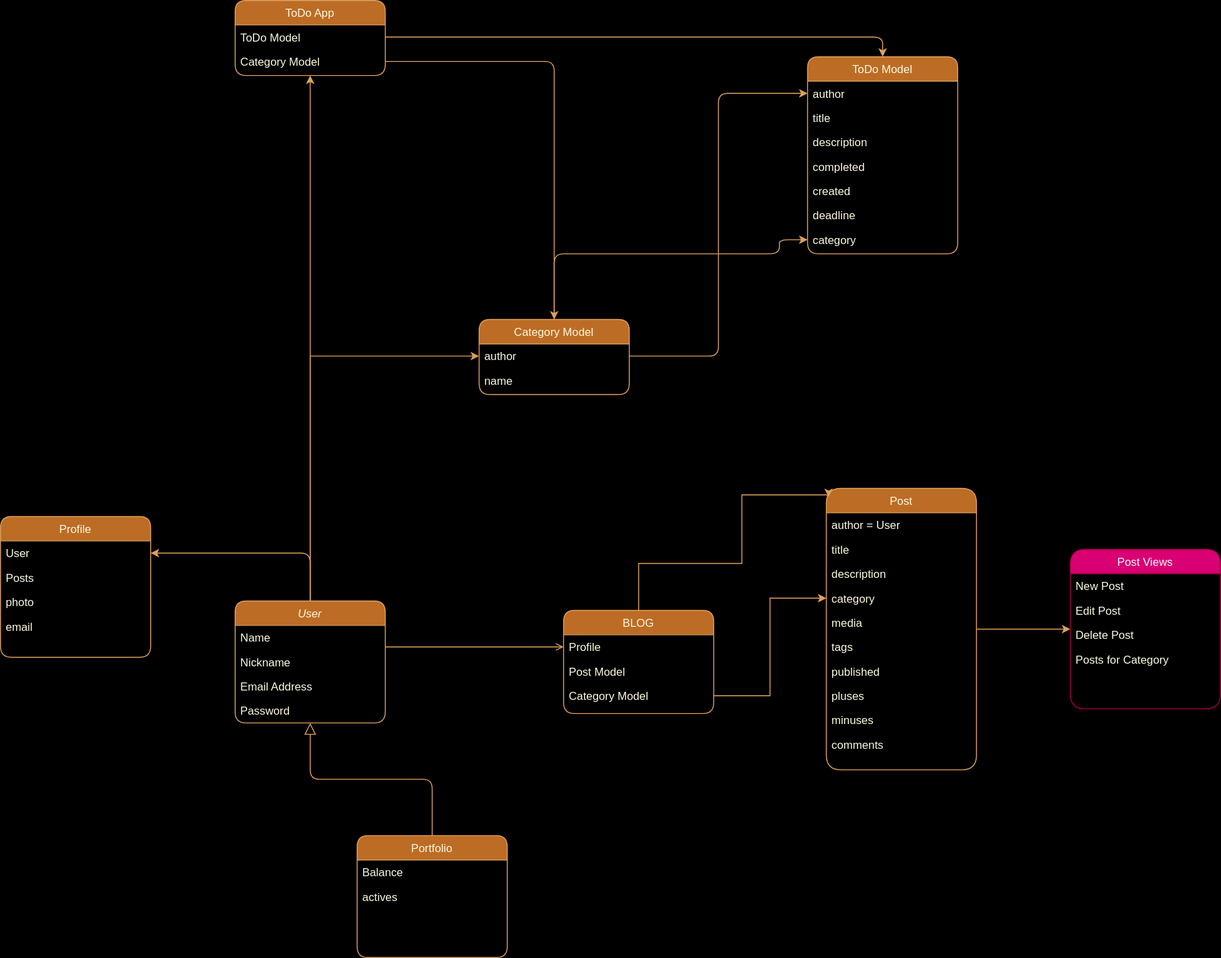
Before: KTP/KTP_Blog.drawio.svg, a diagram exported from draw.io (NikolaiNikitenok/KnowThePrice). Source tidied: cells renumbered, new cells last; positions are measured from the earlier drawing's top-left corner, leaving out a move shared by most shapes.
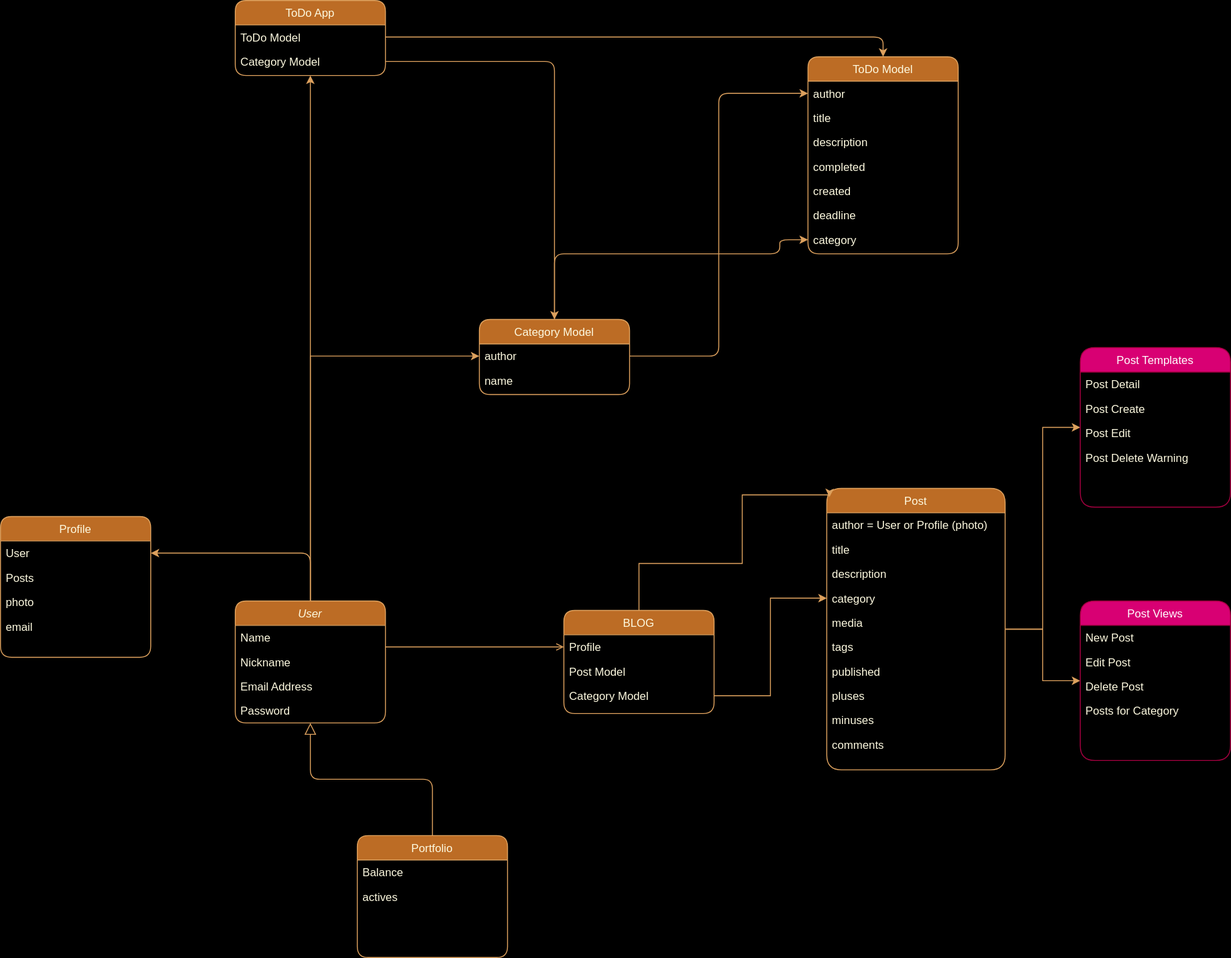
After the commit.

Change to the diagram source:
```diff
@@ -58,38 +58,41 @@
     <mxCell id="19" style="edgeStyle=orthogonalEdgeStyle;rounded=0;jettySize=auto;html=1;strokeColor=#DDA15E;fontColor=#FEFAE0;fillColor=#BC6C25;" parent="1" edge="1" source="20" target="55">
       <mxGeometry relative="1" as="geometry" />
     </mxCell>
+    <mxCell id="61" style="edgeStyle=orthogonalEdgeStyle;rounded=0;jettySize=auto;html=1;strokeColor=#DDA15E;fontColor=#FEFAE0;fillColor=#BC6C25;" parent="1" edge="1" source="20" target="62">
+      <mxGeometry relative="1" as="geometry" />
+    </mxCell>
     <mxCell id="20" value="Post" style="swimlane;fontStyle=0;align=center;verticalAlign=top;horizontal=1;startSize=26;rounded=1;shadow=0;strokeWidth=1;arcSize=20;labelBackgroundColor=none;fillColor=#BC6C25;strokeColor=#DDA15E;fontColor=#FEFAE0;glass=0;" parent="1" vertex="1">
-      <mxGeometry x="880" y="520" width="160" height="300" as="geometry" />
+      <mxGeometry x="880" y="520" width="190" height="300" as="geometry" />
     </mxCell>
-    <mxCell id="21" value="author = User" style="text;align=left;verticalAlign=top;spacingLeft=4;spacingRight=4;overflow=hidden;rounded=1;labelBackgroundColor=none;fontColor=#FEFAE0;" parent="20" vertex="1">
-      <mxGeometry y="26" width="160" height="26" as="geometry" />
+    <mxCell id="21" value="author = User or Profile (photo)" style="text;align=left;verticalAlign=top;spacingLeft=4;spacingRight=4;overflow=hidden;rounded=1;labelBackgroundColor=none;fontColor=#FEFAE0;" parent="20" vertex="1">
+      <mxGeometry y="26" width="190" height="26" as="geometry" />
     </mxCell>
     <mxCell id="22" value="title" style="text;align=left;verticalAlign=top;spacingLeft=4;spacingRight=4;overflow=hidden;rounded=1;shadow=0;html=0;labelBackgroundColor=none;fontColor=#FEFAE0;" parent="20" vertex="1">
-      <mxGeometry y="52" width="160" height="26" as="geometry" />
+      <mxGeometry y="52" width="190" height="26" as="geometry" />
     </mxCell>
     <mxCell id="23" value="description" style="text;align=left;verticalAlign=top;spacingLeft=4;spacingRight=4;overflow=hidden;rounded=1;shadow=0;html=0;labelBackgroundColor=none;fontColor=#FEFAE0;" parent="20" vertex="1">
-      <mxGeometry y="78" width="160" height="26" as="geometry" />
+      <mxGeometry y="78" width="190" height="26" as="geometry" />
     </mxCell>
     <mxCell id="24" value="category" style="text;align=left;verticalAlign=top;spacingLeft=4;spacingRight=4;overflow=hidden;points=[[0,0.5],[1,0.5]];portConstraint=eastwest;rounded=1;shadow=0;html=0;labelBackgroundColor=none;fontColor=#FEFAE0;" parent="20" vertex="1">
-      <mxGeometry y="104" width="160" height="26" as="geometry" />
+      <mxGeometry y="104" width="190" height="26" as="geometry" />
     </mxCell>
     <mxCell id="25" value="media" style="text;align=left;verticalAlign=top;spacingLeft=4;spacingRight=4;overflow=hidden;rounded=1;shadow=0;html=0;labelBackgroundColor=none;fontColor=#FEFAE0;" parent="20" vertex="1">
-      <mxGeometry y="130" width="160" height="26" as="geometry" />
+      <mxGeometry y="130" width="190" height="26" as="geometry" />
     </mxCell>
     <mxCell id="26" value="tags" style="text;align=left;verticalAlign=top;spacingLeft=4;spacingRight=4;overflow=hidden;rounded=1;shadow=0;html=0;labelBackgroundColor=none;fontColor=#FEFAE0;" parent="20" vertex="1">
-      <mxGeometry y="156" width="160" height="26" as="geometry" />
+      <mxGeometry y="156" width="190" height="26" as="geometry" />
     </mxCell>
     <mxCell id="27" value="published" style="text;align=left;verticalAlign=top;spacingLeft=4;spacingRight=4;overflow=hidden;rounded=1;shadow=0;html=0;labelBackgroundColor=none;fontColor=#FEFAE0;" parent="20" vertex="1">
-      <mxGeometry y="182" width="160" height="26" as="geometry" />
+      <mxGeometry y="182" width="190" height="26" as="geometry" />
     </mxCell>
     <mxCell id="28" value="pluses" style="text;align=left;verticalAlign=top;spacingLeft=4;spacingRight=4;overflow=hidden;rounded=1;shadow=0;html=0;labelBackgroundColor=none;fontColor=#FEFAE0;" parent="20" vertex="1">
-      <mxGeometry y="208" width="160" height="26" as="geometry" />
+      <mxGeometry y="208" width="190" height="26" as="geometry" />
     </mxCell>
     <mxCell id="29" value="minuses" style="text;align=left;verticalAlign=top;spacingLeft=4;spacingRight=4;overflow=hidden;rounded=1;shadow=0;html=0;labelBackgroundColor=none;fontColor=#FEFAE0;" parent="20" vertex="1">
-      <mxGeometry y="234" width="160" height="26" as="geometry" />
+      <mxGeometry y="234" width="190" height="26" as="geometry" />
     </mxCell>
     <mxCell id="30" value="comments" style="text;align=left;verticalAlign=top;spacingLeft=4;spacingRight=4;overflow=hidden;rounded=1;shadow=0;html=0;labelBackgroundColor=none;fontColor=#FEFAE0;" parent="20" vertex="1">
-      <mxGeometry y="260" width="160" height="26" as="geometry" />
+      <mxGeometry y="260" width="190" height="26" as="geometry" />
     </mxCell>
     <mxCell id="31" value="ToDo App" style="swimlane;fontStyle=0;align=center;verticalAlign=top;horizontal=1;startSize=26;rounded=1;shadow=0;strokeWidth=1;labelBackgroundColor=none;fillColor=#BC6C25;strokeColor=#DDA15E;fontColor=#FEFAE0;" parent="1" vertex="1">
       <mxGeometry x="250" width="160" height="80" as="geometry" />
@@ -175,7 +178,7 @@
       </mxGeometry>
     </mxCell>
     <mxCell id="55" value="Post Views" style="swimlane;fontStyle=0;align=center;verticalAlign=top;horizontal=1;startSize=26;rounded=1;shadow=0;strokeWidth=1;arcSize=20;labelBackgroundColor=none;fillColor=#d80073;strokeColor=#A50040;fontColor=#ffffff;glass=0;" parent="1" vertex="1">
-      <mxGeometry x="1140" y="585" width="160" height="170" as="geometry" />
+      <mxGeometry x="1150" y="640" width="160" height="170" as="geometry" />
     </mxCell>
     <mxCell id="56" value="New Post" style="text;align=left;verticalAlign=top;spacingLeft=4;spacingRight=4;overflow=hidden;rounded=1;labelBackgroundColor=none;fontColor=#FEFAE0;" parent="55" vertex="1">
       <mxGeometry y="26" width="160" height="26" as="geometry" />
@@ -192,5 +195,20 @@
     <mxCell id="60" style="edgeStyle=orthogonalEdgeStyle;rounded=0;jettySize=auto;html=1;entryX=0;entryY=0.5;entryDx=0;entryDy=0;strokeColor=#DDA15E;fontColor=#FEFAE0;fillColor=#BC6C25;" parent="1" edge="1" source="17" target="24">
       <mxGeometry relative="1" as="geometry" />
     </mxCell>
+    <mxCell id="62" value="Post Templates" style="swimlane;fontStyle=0;align=center;verticalAlign=top;horizontal=1;startSize=26;rounded=1;shadow=0;strokeWidth=1;arcSize=20;labelBackgroundColor=none;fillColor=#d80073;strokeColor=#A50040;fontColor=#ffffff;glass=0;" parent="1" vertex="1">
+      <mxGeometry x="1150" y="370" width="160" height="170" as="geometry" />
+    </mxCell>
+    <mxCell id="63" value="Post Detail" style="text;align=left;verticalAlign=top;spacingLeft=4;spacingRight=4;overflow=hidden;rounded=1;labelBackgroundColor=none;fontColor=#FEFAE0;" parent="62" vertex="1">
+      <mxGeometry y="26" width="160" height="26" as="geometry" />
+    </mxCell>
+    <mxCell id="64" value="Post Create" style="text;align=left;verticalAlign=top;spacingLeft=4;spacingRight=4;overflow=hidden;rounded=1;labelBackgroundColor=none;fontColor=#FEFAE0;" parent="62" vertex="1">
+      <mxGeometry y="52" width="160" height="26" as="geometry" />
+    </mxCell>
+    <mxCell id="65" value="Post Edit" style="text;align=left;verticalAlign=top;spacingLeft=4;spacingRight=4;overflow=hidden;rounded=1;labelBackgroundColor=none;fontColor=#FEFAE0;" parent="62" vertex="1">
+      <mxGeometry y="78" width="160" height="26" as="geometry" />
+    </mxCell>
+    <mxCell id="66" value="Post Delete Warning" style="text;align=left;verticalAlign=top;spacingLeft=4;spacingRight=4;overflow=hidden;rounded=1;labelBackgroundColor=none;fontColor=#FEFAE0;" parent="62" vertex="1">
+      <mxGeometry y="104" width="160" height="26" as="geometry" />
+    </mxCell>
   </root>
 </mxGraphModel>
```
